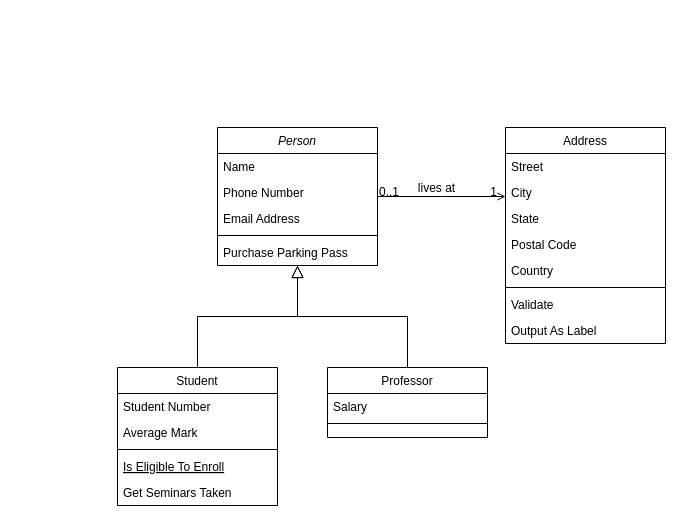
marymakayeva/Practise_project keeps this draw.io diagram as Class diagram.drawio. Above is the earlier version. Source tidied: cells renumbered, new cells numbered last; positions are measured from the earlier drawing's top-left corner, leaving out a move shared by most shapes. Both pictures are drawn from the tidied source at 100%, with x=0, y=0 at pixel (117, 127).
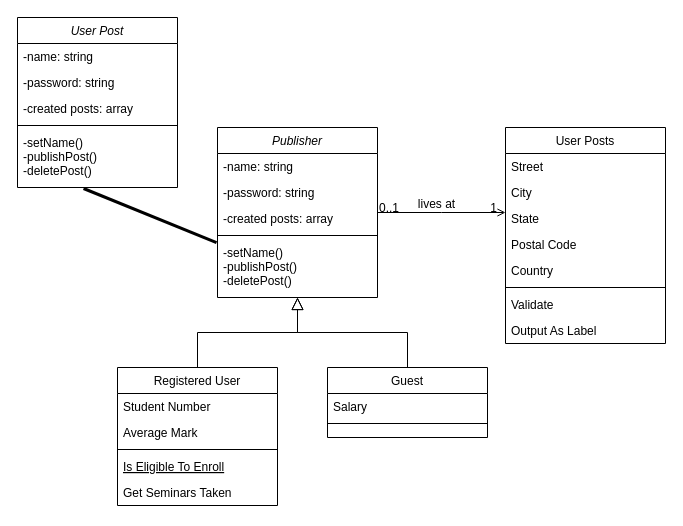
After the change.

Change to the diagram source:
```diff
@@
-    <mxCell id="2" value="Person" style="swimlane;fontStyle=2;align=center;verticalAlign=top;horizontal=1;startSize=26;rounded=0;shadow=0;strokeWidth=1;" parent="1" vertex="1">
-      <mxGeometry x="100" width="160" height="138" as="geometry" />
+    <mxCell id="2" value="Publisher" style="swimlane;fontStyle=2;align=center;verticalAlign=top;horizontal=1;startSize=26;rounded=0;shadow=0;strokeWidth=1;" parent="1" vertex="1">
+      <mxGeometry x="100" width="160" height="170" as="geometry" />
     </mxCell>
-    <mxCell id="3" value="Name" style="text;align=left;verticalAlign=top;spacingLeft=4;spacingRight=4;overflow=hidden;" parent="2" vertex="1">
+    <mxCell id="3" value="-name: string" style="text;align=left;verticalAlign=top;spacingLeft=4;spacingRight=4;overflow=hidden;" parent="2" vertex="1">
       <mxGeometry y="26" width="160" height="26" as="geometry" />
     </mxCell>
-    <mxCell id="4" value="Phone Number" style="text;align=left;verticalAlign=top;spacingLeft=4;spacingRight=4;overflow=hidden;rounded=0;shadow=0;html=0;" parent="2" vertex="1">
+    <mxCell id="4" value="-password: string" style="text;align=left;verticalAlign=top;spacingLeft=4;spacingRight=4;overflow=hidden;rounded=0;shadow=0;html=0;" parent="2" vertex="1">
       <mxGeometry y="52" width="160" height="26" as="geometry" />
     </mxCell>
-    <mxCell id="5" value="Email Address" style="text;align=left;verticalAlign=top;spacingLeft=4;spacingRight=4;overflow=hidden;rounded=0;shadow=0;html=0;" parent="2" vertex="1">
+    <mxCell id="5" value="-created posts: array" style="text;align=left;verticalAlign=top;spacingLeft=4;spacingRight=4;overflow=hidden;rounded=0;shadow=0;html=0;" parent="2" vertex="1">
       <mxGeometry y="78" width="160" height="26" as="geometry" />
     </mxCell>
@@
-    <mxCell id="7" value="Purchase Parking Pass" style="text;align=left;verticalAlign=top;spacingLeft=4;spacingRight=4;overflow=hidden;points=[[0,0.5],[1,0.5]];portConstraint=eastwest;" parent="2" vertex="1">
-      <mxGeometry y="112" width="160" height="26" as="geometry" />
+    <mxCell id="7" value="-setName()&#10;-publishPost()&#10;-deletePost()&#10;" style="text;align=left;verticalAlign=top;spacingLeft=4;spacingRight=4;overflow=hidden;points=[[0,0.5],[1,0.5]];portConstraint=eastwest;" parent="2" vertex="1">
+      <mxGeometry y="112" width="160" height="58" as="geometry" />
     </mxCell>
-    <mxCell id="8" value="Student" style="swimlane;fontStyle=0;align=center;verticalAlign=top;horizontal=1;startSize=26;rounded=0;shadow=0;strokeWidth=1;" parent="1" vertex="1">
+    <mxCell id="8" value="Registered User" style="swimlane;fontStyle=0;align=center;verticalAlign=top;horizontal=1;startSize=26;rounded=0;shadow=0;strokeWidth=1;" parent="1" vertex="1">
       <mxGeometry y="240" width="160" height="138" as="geometry" />
     </mxCell>
@@
-    <mxCell id="15" value="Professor" style="swimlane;fontStyle=0;align=center;verticalAlign=top;horizontal=1;startSize=26;rounded=0;shadow=0;strokeWidth=1;" parent="1" vertex="1">
+    <mxCell id="15" value="Guest" style="swimlane;fontStyle=0;align=center;verticalAlign=top;horizontal=1;startSize=26;rounded=0;shadow=0;strokeWidth=1;" parent="1" vertex="1">
       <mxGeometry x="210" y="240" width="160" height="70" as="geometry" />
     </mxCell>
@@
-    <mxCell id="19" value="Address" style="swimlane;fontStyle=0;align=center;verticalAlign=top;horizontal=1;startSize=26;rounded=0;shadow=0;strokeWidth=1;" parent="1" vertex="1">
+    <mxCell id="19" value="User Posts" style="swimlane;fontStyle=0;align=center;verticalAlign=top;horizontal=1;startSize=26;rounded=0;shadow=0;strokeWidth=1;" parent="1" vertex="1">
       <mxGeometry x="388" width="160" height="216" as="geometry" />
     </mxCell>
@@
+    <mxCell id="32" value="User Post" style="swimlane;fontStyle=2;align=center;verticalAlign=top;horizontal=1;startSize=26;rounded=0;shadow=0;strokeWidth=1;" parent="1" vertex="1">
+      <mxGeometry x="-100" y="-110" width="160" height="170" as="geometry" />
+    </mxCell>
+    <mxCell id="33" value="-name: string" style="text;align=left;verticalAlign=top;spacingLeft=4;spacingRight=4;overflow=hidden;" parent="32" vertex="1">
+      <mxGeometry y="26" width="160" height="26" as="geometry" />
+    </mxCell>
+    <mxCell id="34" value="-password: string" style="text;align=left;verticalAlign=top;spacingLeft=4;spacingRight=4;overflow=hidden;rounded=0;shadow=0;html=0;" parent="32" vertex="1">
+      <mxGeometry y="52" width="160" height="26" as="geometry" />
+    </mxCell>
+    <mxCell id="35" value="-created posts: array" style="text;align=left;verticalAlign=top;spacingLeft=4;spacingRight=4;overflow=hidden;rounded=0;shadow=0;html=0;" parent="32" vertex="1">
+      <mxGeometry y="78" width="160" height="26" as="geometry" />
+    </mxCell>
+    <mxCell id="36" style="line;html=1;strokeWidth=1;align=left;verticalAlign=middle;spacingTop=-1;spacingLeft=3;spacingRight=3;labelPosition=right;" parent="32" vertex="1">
+      <mxGeometry y="104" width="160" height="8" as="geometry" />
+    </mxCell>
+    <mxCell id="37" value="-setName()&#10;-publishPost()&#10;-deletePost()&#10;" style="text;align=left;verticalAlign=top;spacingLeft=4;spacingRight=4;overflow=hidden;points=[[0,0.5],[1,0.5]];portConstraint=eastwest;" parent="32" vertex="1">
+      <mxGeometry y="112" width="160" height="58" as="geometry" />
+    </mxCell>
+    <mxCell id="38" style="endArrow=none;startArrow=none;endFill=0;startFill=0;endSize=8;html=1;verticalAlign=bottom;labelBackgroundColor=none;strokeWidth=3;rounded=0;exitX=0.413;exitY=1.017;exitDx=0;exitDy=0;exitPerimeter=0;entryX=-0.006;entryY=0.052;entryDx=0;entryDy=0;entryPerimeter=0;" parent="1" edge="1" source="37" target="7">
+      <mxGeometry relative="1" as="geometry" />
+    </mxCell>
```
